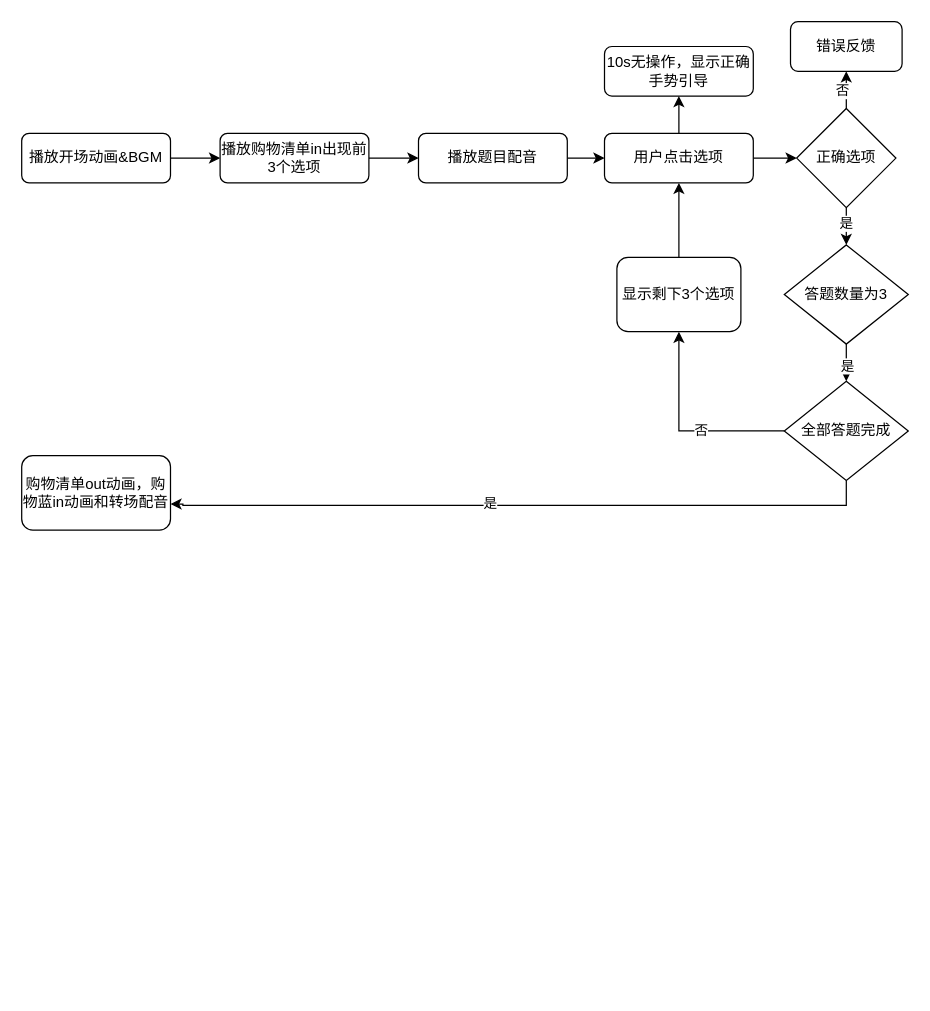
NicoleXiao/Draw keeps this draw.io diagram as Untitled Diagram.drawio. Above is the earlier version. Source tidied: cells renumbered, new cells numbered last; positions are measured from the earlier drawing's top-left corner, leaving out a move shared by most shapes. Both pictures are drawn from the tidied source at 124%, with x=0, y=0 at pixel (21, 21).
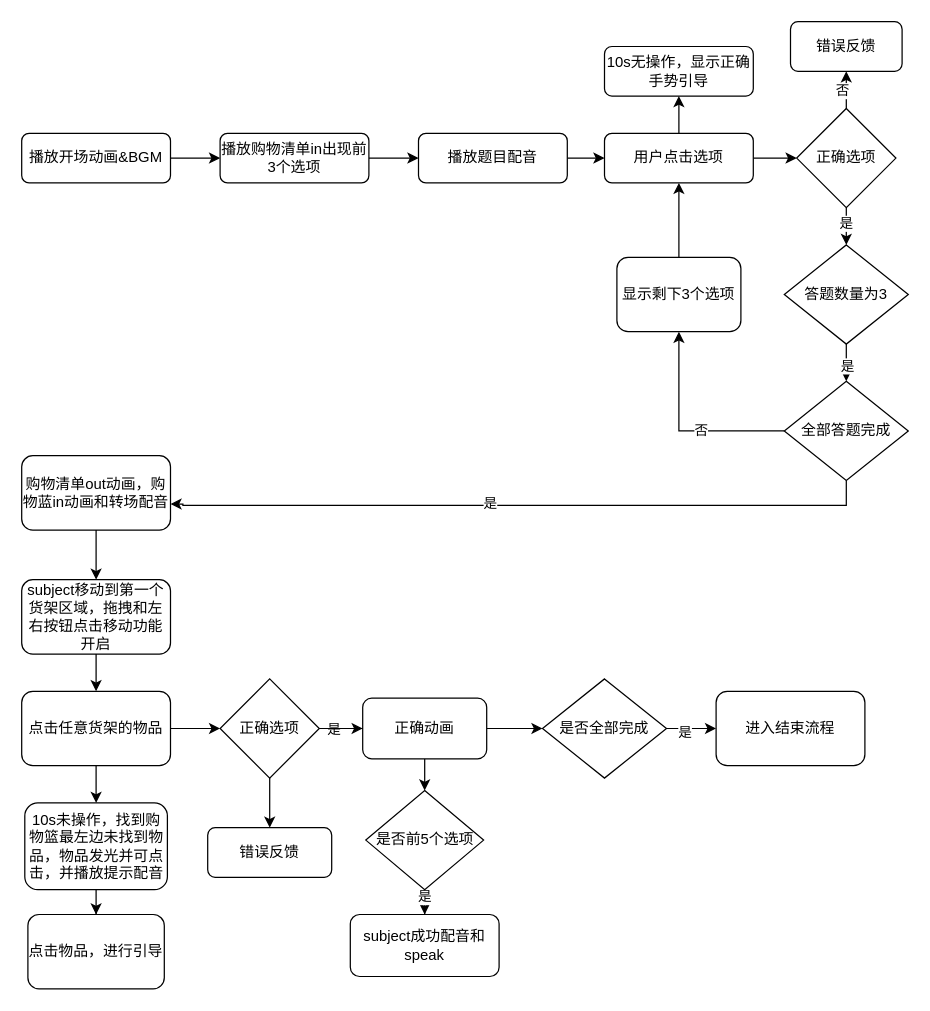
After the change.

The change refers to these unchanged cells:
```xml
<mxCell id="28" value="购物清单out动画，购物蓝in动画和转场配音" style="rounded=1;whiteSpace=wrap;html=1;" parent="1" vertex="1">
  <mxGeometry y="350" width="120" height="60" as="geometry" />
</mxCell>
```

Diff of the diagram source:
```diff
@@
+    <mxCell id="29" style="edgeStyle=orthogonalEdgeStyle;rounded=0;jettySize=auto;html=1;" parent="1" edge="1" source="28" target="31">
+      <mxGeometry relative="1" as="geometry" />
+    </mxCell>
@@
+    <mxCell id="30" style="edgeStyle=orthogonalEdgeStyle;rounded=0;jettySize=auto;html=1;" parent="1" edge="1" source="31" target="34">
+      <mxGeometry relative="1" as="geometry" />
+    </mxCell>
+    <mxCell id="31" value="subject移动到第一个货架区域，拖拽和左右按钮点击移动功能开启" style="rounded=1;whiteSpace=wrap;html=1;" parent="1" vertex="1">
+      <mxGeometry y="450" width="120" height="60" as="geometry" />
+    </mxCell>
+    <mxCell id="32" style="edgeStyle=orthogonalEdgeStyle;rounded=0;jettySize=auto;html=1;" parent="1" edge="1" source="34" target="38">
+      <mxGeometry relative="1" as="geometry" />
+    </mxCell>
+    <mxCell id="33" style="edgeStyle=orthogonalEdgeStyle;rounded=0;jettySize=auto;html=1;" parent="1" edge="1" source="34" target="49">
+      <mxGeometry relative="1" as="geometry" />
+    </mxCell>
+    <mxCell id="34" value="点击任意货架的物品" style="rounded=1;whiteSpace=wrap;html=1;" parent="1" vertex="1">
+      <mxGeometry y="540" width="120" height="60" as="geometry" />
+    </mxCell>
+    <mxCell id="35" style="edgeStyle=orthogonalEdgeStyle;rounded=0;jettySize=auto;html=1;" parent="1" edge="1" source="38" target="42">
+      <mxGeometry relative="1" as="geometry" />
+    </mxCell>
+    <mxCell id="36" value="是" style="edgeLabel;html=1;align=center;verticalAlign=middle;" parent="35" vertex="1">
+      <mxGeometry x="-0.51" relative="1" as="geometry" />
+    </mxCell>
+    <mxCell id="37" style="edgeStyle=orthogonalEdgeStyle;rounded=0;jettySize=auto;html=1;" parent="1" edge="1" source="38" target="39">
+      <mxGeometry relative="1" as="geometry" />
+    </mxCell>
+    <mxCell id="38" value="正确选项" style="rhombus;whiteSpace=wrap;html=1;" parent="1" vertex="1">
+      <mxGeometry x="160" y="530" width="80" height="80" as="geometry" />
+    </mxCell>
+    <mxCell id="39" value="错误反馈" style="rounded=1;whiteSpace=wrap;html=1;" parent="1" vertex="1">
+      <mxGeometry x="150" y="650" width="100" height="40" as="geometry" />
+    </mxCell>
+    <mxCell id="40" style="edgeStyle=orthogonalEdgeStyle;rounded=0;jettySize=auto;html=1;" parent="1" edge="1" source="42" target="46">
+      <mxGeometry relative="1" as="geometry" />
+    </mxCell>
+    <mxCell id="41" style="edgeStyle=orthogonalEdgeStyle;rounded=0;jettySize=auto;html=1;" parent="1" edge="1" source="42" target="53">
+      <mxGeometry relative="1" as="geometry" />
+    </mxCell>
+    <mxCell id="42" value="正确动画" style="rounded=1;whiteSpace=wrap;html=1;" parent="1" vertex="1">
+      <mxGeometry x="275" y="545.6" width="100" height="48.8" as="geometry" />
+    </mxCell>
+    <mxCell id="43" style="edgeStyle=orthogonalEdgeStyle;rounded=0;jettySize=auto;html=1;endArrow=none;" parent="1" edge="1" source="38" target="42">
+      <mxGeometry relative="1" as="geometry" />
+    </mxCell>
+    <mxCell id="44" style="edgeStyle=orthogonalEdgeStyle;rounded=0;jettySize=auto;html=1;" parent="1" edge="1" source="46" target="47">
+      <mxGeometry relative="1" as="geometry" />
+    </mxCell>
+    <mxCell id="45" value="是" style="edgeLabel;html=1;align=center;verticalAlign=middle;" parent="44" vertex="1">
+      <mxGeometry x="0.5" y="-1" relative="1" as="geometry" />
+    </mxCell>
+    <mxCell id="46" value="是否前5个选项" style="rhombus;whiteSpace=wrap;html=1;" parent="1" vertex="1">
+      <mxGeometry x="277.5" y="620" width="95" height="80" as="geometry" />
+    </mxCell>
+    <mxCell id="47" value="subject成功配音和speak" style="rounded=1;whiteSpace=wrap;html=1;" parent="1" vertex="1">
+      <mxGeometry x="265" y="720" width="120" height="50" as="geometry" />
+    </mxCell>
+    <mxCell id="48" style="edgeStyle=orthogonalEdgeStyle;rounded=0;jettySize=auto;html=1;" parent="1" edge="1" source="49" target="50">
+      <mxGeometry relative="1" as="geometry" />
+    </mxCell>
+    <mxCell id="49" value="10s未操作，找到购物篮最左边未找到物品，物品发光并可点击，并播放提示配音" style="rounded=1;whiteSpace=wrap;html=1;" parent="1" vertex="1">
+      <mxGeometry x="2.5" y="630" width="115" height="70" as="geometry" />
+    </mxCell>
+    <mxCell id="50" value="点击物品，进行引导" style="rounded=1;whiteSpace=wrap;html=1;" parent="1" vertex="1">
+      <mxGeometry x="5" y="720" width="110" height="60" as="geometry" />
+    </mxCell>
+    <mxCell id="51" style="edgeStyle=orthogonalEdgeStyle;rounded=0;jettySize=auto;html=1;" parent="1" edge="1" source="53" target="54">
+      <mxGeometry relative="1" as="geometry" />
+    </mxCell>
+    <mxCell id="52" value="是" style="edgeLabel;html=1;align=center;verticalAlign=middle;" parent="51" vertex="1">
+      <mxGeometry x="-0.31" y="-2" relative="1" as="geometry" />
+    </mxCell>
+    <mxCell id="53" value="是否全部完成" style="rhombus;whiteSpace=wrap;html=1;" parent="1" vertex="1">
+      <mxGeometry x="420" y="530" width="100" height="80" as="geometry" />
+    </mxCell>
+    <mxCell id="54" value="进入结束流程" style="rounded=1;whiteSpace=wrap;html=1;" parent="1" vertex="1">
+      <mxGeometry x="560" y="540" width="120" height="60" as="geometry" />
+    </mxCell>
```
